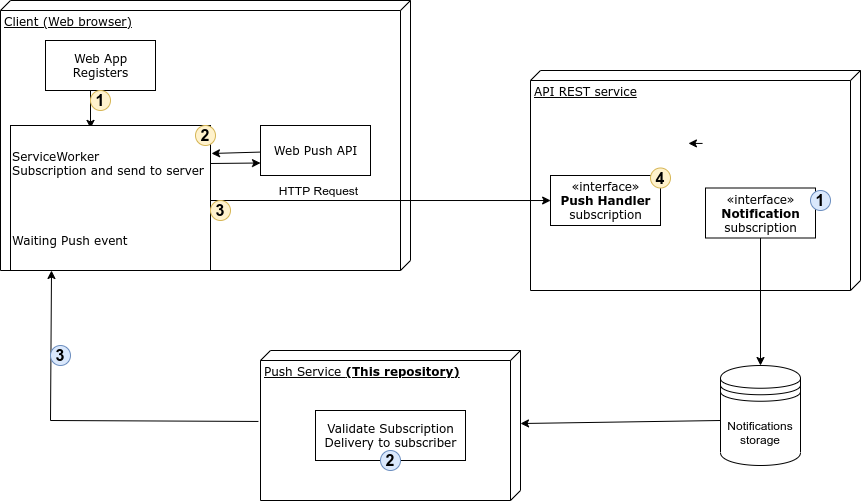
Above: src/assets/img/architectural_drawing.png in juanbautista0/community-web-push-service (draw.io), before the change. Source tidied: cells renumbered, new cells last; positions are measured from the earlier drawing's top-left corner, leaving out a move shared by most shapes. The source it was exported from:
```xml
<mxGraphModel>
  <root>
    <mxCell id="0" />
    <mxCell id="1" parent="0" />
    <mxCell id="2" value="Client (Web browser)" style="verticalAlign=top;align=left;spacingTop=8;spacingLeft=2;spacingRight=12;shape=cube;size=10;direction=south;fontStyle=4;html=1;rounded=0;shadow=0;comic=0;labelBackgroundColor=none;strokeWidth=1;fontFamily=Verdana;fontSize=12;" parent="1" vertex="1">
      <mxGeometry width="410" height="270" as="geometry" />
    </mxCell>
    <mxCell id="3" value="API REST service" style="verticalAlign=top;align=left;spacingTop=8;spacingLeft=2;spacingRight=12;shape=cube;size=10;direction=south;fontStyle=4;html=1;rounded=0;shadow=0;comic=0;labelBackgroundColor=none;strokeWidth=1;fontFamily=Verdana;fontSize=12;" parent="1" vertex="1">
      <mxGeometry x="530" y="70" width="330" height="220" as="geometry" />
    </mxCell>
    <mxCell id="4" value="Push Service &lt;b&gt;(This repository)&lt;/b&gt;" style="verticalAlign=top;align=left;spacingTop=8;spacingLeft=2;spacingRight=12;shape=cube;size=10;direction=south;fontStyle=4;html=1;rounded=0;shadow=0;comic=0;labelBackgroundColor=none;strokeWidth=1;fontFamily=Verdana;fontSize=12;" parent="1" vertex="1">
      <mxGeometry x="260" y="350" width="260" height="150" as="geometry" />
    </mxCell>
    <mxCell id="5" style="edgeStyle=orthogonalEdgeStyle;rounded=0;jettySize=auto;html=1;exitX=0.5;exitY=1;exitDx=0;exitDy=0;fontSize=16;entryX=0.4;entryY=0.02;entryDx=0;entryDy=0;entryPerimeter=0;" parent="1" edge="1" source="6" target="12">
      <mxGeometry relative="1" as="geometry" />
    </mxCell>
    <mxCell id="6" value="Web App&lt;br&gt;Registers" style="html=1;rounded=0;shadow=0;comic=0;labelBackgroundColor=none;strokeWidth=1;fontFamily=Verdana;fontSize=12;align=center;" parent="1" vertex="1">
      <mxGeometry x="45" y="40" width="110" height="50" as="geometry" />
    </mxCell>
    <mxCell id="7" value="«interface»&lt;br&gt;&lt;b&gt;Push Handler&lt;/b&gt;&lt;br&gt;subscription" style="html=1;rounded=0;shadow=0;comic=0;labelBackgroundColor=none;strokeWidth=1;fontFamily=Verdana;fontSize=12;align=center;" parent="1" vertex="1">
      <mxGeometry x="550" y="175" width="110" height="50" as="geometry" />
    </mxCell>
    <mxCell id="8" style="endArrow=classic;html=1;rounded=0;exitX=0.473;exitY=1.008;exitDx=0;exitDy=0;exitPerimeter=0;entryX=0.205;entryY=1;entryDx=0;entryDy=0;entryPerimeter=0;" parent="1" edge="1" source="4" target="12">
      <mxGeometry relative="1" as="geometry">
        <Array as="points">
          <mxPoint x="50" y="420" />
        </Array>
      </mxGeometry>
    </mxCell>
    <mxCell id="9" value="&lt;b&gt;&lt;font style=&quot;font-size: 16px&quot;&gt;1&lt;/font&gt;&lt;/b&gt;" style="ellipse;whiteSpace=wrap;html=1;fillColor=#fff2cc;strokeColor=#d6b656;" parent="1" vertex="1">
      <mxGeometry x="90" y="90" width="20" height="20" as="geometry" />
    </mxCell>
    <mxCell id="10" style="endArrow=classic;html=1;rounded=0;fontSize=16;entryX=0.591;entryY=0.939;entryDx=0;entryDy=0;entryPerimeter=0;" parent="1" edge="1" target="3">
      <mxGeometry relative="1" as="geometry">
        <mxPoint x="210" y="200" as="sourcePoint" />
      </mxGeometry>
    </mxCell>
    <mxCell id="11" value="&lt;font style=&quot;font-size: 12px&quot;&gt;HTTP Request&lt;/font&gt;" style="edgeLabel;html=1;align=center;verticalAlign=bottom;fontSize=16;" parent="10" vertex="1">
      <mxGeometry x="-0.37" relative="1" as="geometry" />
    </mxCell>
    <mxCell id="12" value="&lt;div&gt;&lt;span&gt;ServiceWorker&lt;/span&gt;&lt;/div&gt;&lt;div&gt;&lt;span&gt;Subscription and send to server&lt;br&gt;&lt;br&gt;&lt;/span&gt;&lt;/div&gt;&lt;div&gt;&lt;span&gt;&lt;br&gt;&lt;/span&gt;&lt;/div&gt;&lt;div&gt;&lt;span&gt;&lt;br&gt;&lt;/span&gt;&lt;/div&gt;&lt;div&gt;&lt;span&gt;&lt;br&gt;&lt;/span&gt;&lt;/div&gt;&lt;div&gt;&lt;span&gt;Waiting Push event&lt;/span&gt;&lt;/div&gt;" style="html=1;rounded=0;shadow=0;comic=0;labelBackgroundColor=none;strokeWidth=1;fontFamily=Verdana;fontSize=12;align=left;" parent="1" vertex="1">
      <mxGeometry x="10" y="125" width="200" height="145" as="geometry" />
    </mxCell>
    <mxCell id="13" value="&lt;b&gt;&lt;font style=&quot;font-size: 16px&quot;&gt;2&lt;/font&gt;&lt;/b&gt;" style="ellipse;whiteSpace=wrap;html=1;fillColor=#fff2cc;strokeColor=#d6b656;" parent="1" vertex="1">
      <mxGeometry x="195" y="125" width="20" height="20" as="geometry" />
    </mxCell>
    <mxCell id="14" value="Web Push API" style="html=1;rounded=0;shadow=0;comic=0;labelBackgroundColor=none;strokeWidth=1;fontFamily=Verdana;fontSize=12;align=center;" parent="1" vertex="1">
      <mxGeometry x="260" y="125" width="110" height="50" as="geometry" />
    </mxCell>
    <mxCell id="15" value="«interface»&lt;br&gt;&lt;b&gt;Notification&lt;/b&gt;&lt;br&gt;subscription" style="html=1;rounded=0;shadow=0;comic=0;labelBackgroundColor=none;strokeWidth=1;fontFamily=Verdana;fontSize=12;align=center;" parent="1" vertex="1">
      <mxGeometry x="705" y="187.5" width="110" height="50" as="geometry" />
    </mxCell>
    <mxCell id="16" style="endArrow=classic;html=1;rounded=0;fontSize=16;entryX=1.005;entryY=0.193;entryDx=0;entryDy=0;entryPerimeter=0;" parent="1" edge="1" source="14" target="12">
      <mxGeometry relative="1" as="geometry" />
    </mxCell>
    <mxCell id="17" style="endArrow=classic;html=1;rounded=0;fontSize=16;entryX=0;entryY=0.75;entryDx=0;entryDy=0;" parent="1" edge="1" target="14">
      <mxGeometry relative="1" as="geometry">
        <mxPoint x="210" y="163" as="sourcePoint" />
      </mxGeometry>
    </mxCell>
    <mxCell id="18" value="&lt;b&gt;&lt;font style=&quot;font-size: 16px&quot;&gt;3&lt;/font&gt;&lt;/b&gt;" style="ellipse;whiteSpace=wrap;html=1;fillColor=#fff2cc;strokeColor=#d6b656;" parent="1" vertex="1">
      <mxGeometry x="210" y="200" width="20" height="20" as="geometry" />
    </mxCell>
    <mxCell id="19" value="Validate Subscription&lt;br&gt;Delivery to subscriber" style="html=1;rounded=0;shadow=0;comic=0;labelBackgroundColor=none;strokeWidth=1;fontFamily=Verdana;fontSize=12;align=center;" parent="1" vertex="1">
      <mxGeometry x="315" y="410" width="150" height="50" as="geometry" />
    </mxCell>
    <mxCell id="20" value="&lt;b&gt;&lt;font style=&quot;font-size: 16px&quot;&gt;4&lt;/font&gt;&lt;/b&gt;" style="ellipse;whiteSpace=wrap;html=1;fillColor=#fff2cc;strokeColor=#d6b656;" parent="1" vertex="1">
      <mxGeometry x="650" y="167.5" width="20" height="20" as="geometry" />
    </mxCell>
    <mxCell id="21" value="Notifications storage" style="shape=datastore;whiteSpace=wrap;html=1;fontSize=12;" parent="1" vertex="1">
      <mxGeometry x="720" y="365" width="80" height="100" as="geometry" />
    </mxCell>
    <mxCell id="22" style="endArrow=classic;html=1;rounded=0;fontSize=12;exitX=0.5;exitY=1;exitDx=0;exitDy=0;" parent="1" edge="1" source="15" target="21">
      <mxGeometry relative="1" as="geometry" />
    </mxCell>
    <mxCell id="23" style="endArrow=classic;html=1;rounded=0;fontSize=12;" parent="1" edge="1" target="4">
      <mxGeometry relative="1" as="geometry">
        <mxPoint x="720" y="420" as="sourcePoint" />
      </mxGeometry>
    </mxCell>
    <mxCell id="24" style="edgeStyle=orthogonalEdgeStyle;rounded=0;orthogonalLoop=1;jettySize=auto;html=1;exitX=1;exitY=0;exitDx=0;exitDy=0;entryX=0;entryY=0;entryDx=0;entryDy=0;fontSize=12;" parent="1" edge="1">
      <mxGeometry relative="1" as="geometry">
        <mxPoint x="702.1" y="142.9" as="sourcePoint" />
        <mxPoint x="687.9" y="142.9" as="targetPoint" />
      </mxGeometry>
    </mxCell>
    <mxCell id="25" value="&lt;b&gt;&lt;font style=&quot;font-size: 16px&quot;&gt;1&lt;/font&gt;&lt;/b&gt;" style="ellipse;whiteSpace=wrap;html=1;fillColor=#dae8fc;strokeColor=#6c8ebf;" parent="1" vertex="1">
      <mxGeometry x="810" y="190" width="20" height="20" as="geometry" />
    </mxCell>
    <mxCell id="26" value="&lt;b&gt;&lt;font style=&quot;font-size: 16px&quot;&gt;2&lt;/font&gt;&lt;/b&gt;" style="ellipse;whiteSpace=wrap;html=1;fillColor=#dae8fc;strokeColor=#6c8ebf;" parent="1" vertex="1">
      <mxGeometry x="380" y="450" width="20" height="20" as="geometry" />
    </mxCell>
    <mxCell id="27" value="&lt;b&gt;&lt;font style=&quot;font-size: 16px&quot;&gt;3&lt;/font&gt;&lt;/b&gt;" style="ellipse;whiteSpace=wrap;html=1;fillColor=#dae8fc;strokeColor=#6c8ebf;" parent="1" vertex="1">
      <mxGeometry x="50" y="345" width="20" height="20" as="geometry" />
    </mxCell>
  </root>
</mxGraphModel>
```
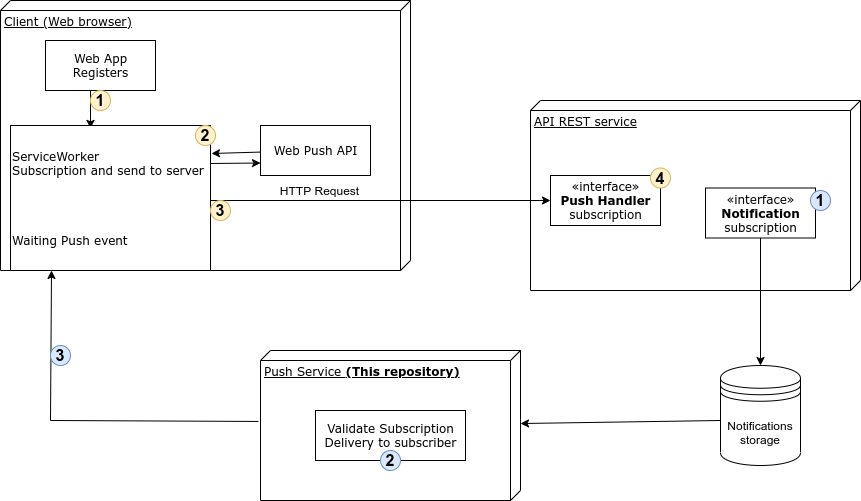
Later version of the same file.

Commit message:
Add architectural drawing.

The edit, as a diff of the source:
```diff
@@ -6,7 +6,7 @@
       <mxGeometry width="410" height="270" as="geometry" />
     </mxCell>
     <mxCell id="3" value="API REST service" style="verticalAlign=top;align=left;spacingTop=8;spacingLeft=2;spacingRight=12;shape=cube;size=10;direction=south;fontStyle=4;html=1;rounded=0;shadow=0;comic=0;labelBackgroundColor=none;strokeWidth=1;fontFamily=Verdana;fontSize=12;" parent="1" vertex="1">
-      <mxGeometry x="530" y="70" width="330" height="220" as="geometry" />
+      <mxGeometry x="530" y="100" width="330" height="190" as="geometry" />
     </mxCell>
     <mxCell id="4" value="Push Service &lt;b&gt;(This repository)&lt;/b&gt;" style="verticalAlign=top;align=left;spacingTop=8;spacingLeft=2;spacingRight=12;shape=cube;size=10;direction=south;fontStyle=4;html=1;rounded=0;shadow=0;comic=0;labelBackgroundColor=none;strokeWidth=1;fontFamily=Verdana;fontSize=12;" parent="1" vertex="1">
       <mxGeometry x="260" y="350" width="260" height="150" as="geometry" />
@@ -30,7 +30,7 @@
     <mxCell id="9" value="&lt;b&gt;&lt;font style=&quot;font-size: 16px&quot;&gt;1&lt;/font&gt;&lt;/b&gt;" style="ellipse;whiteSpace=wrap;html=1;fillColor=#fff2cc;strokeColor=#d6b656;" parent="1" vertex="1">
       <mxGeometry x="90" y="90" width="20" height="20" as="geometry" />
     </mxCell>
-    <mxCell id="10" style="endArrow=classic;html=1;rounded=0;fontSize=16;entryX=0.591;entryY=0.939;entryDx=0;entryDy=0;entryPerimeter=0;" parent="1" edge="1" target="3">
+    <mxCell id="10" style="endArrow=classic;html=1;rounded=0;fontSize=16;entryX=0;entryY=0.5;entryDx=0;entryDy=0;" parent="1" edge="1" target="7">
       <mxGeometry relative="1" as="geometry">
         <mxPoint x="210" y="200" as="sourcePoint" />
       </mxGeometry>
@@ -78,12 +78,6 @@
         <mxPoint x="720" y="420" as="sourcePoint" />
       </mxGeometry>
     </mxCell>
-    <mxCell id="24" style="edgeStyle=orthogonalEdgeStyle;rounded=0;orthogonalLoop=1;jettySize=auto;html=1;exitX=1;exitY=0;exitDx=0;exitDy=0;entryX=0;entryY=0;entryDx=0;entryDy=0;fontSize=12;" parent="1" edge="1">
-      <mxGeometry relative="1" as="geometry">
-        <mxPoint x="702.1" y="142.9" as="sourcePoint" />
-        <mxPoint x="687.9" y="142.9" as="targetPoint" />
-      </mxGeometry>
-    </mxCell>
     <mxCell id="25" value="&lt;b&gt;&lt;font style=&quot;font-size: 16px&quot;&gt;1&lt;/font&gt;&lt;/b&gt;" style="ellipse;whiteSpace=wrap;html=1;fillColor=#dae8fc;strokeColor=#6c8ebf;" parent="1" vertex="1">
       <mxGeometry x="810" y="190" width="20" height="20" as="geometry" />
     </mxCell>
```
